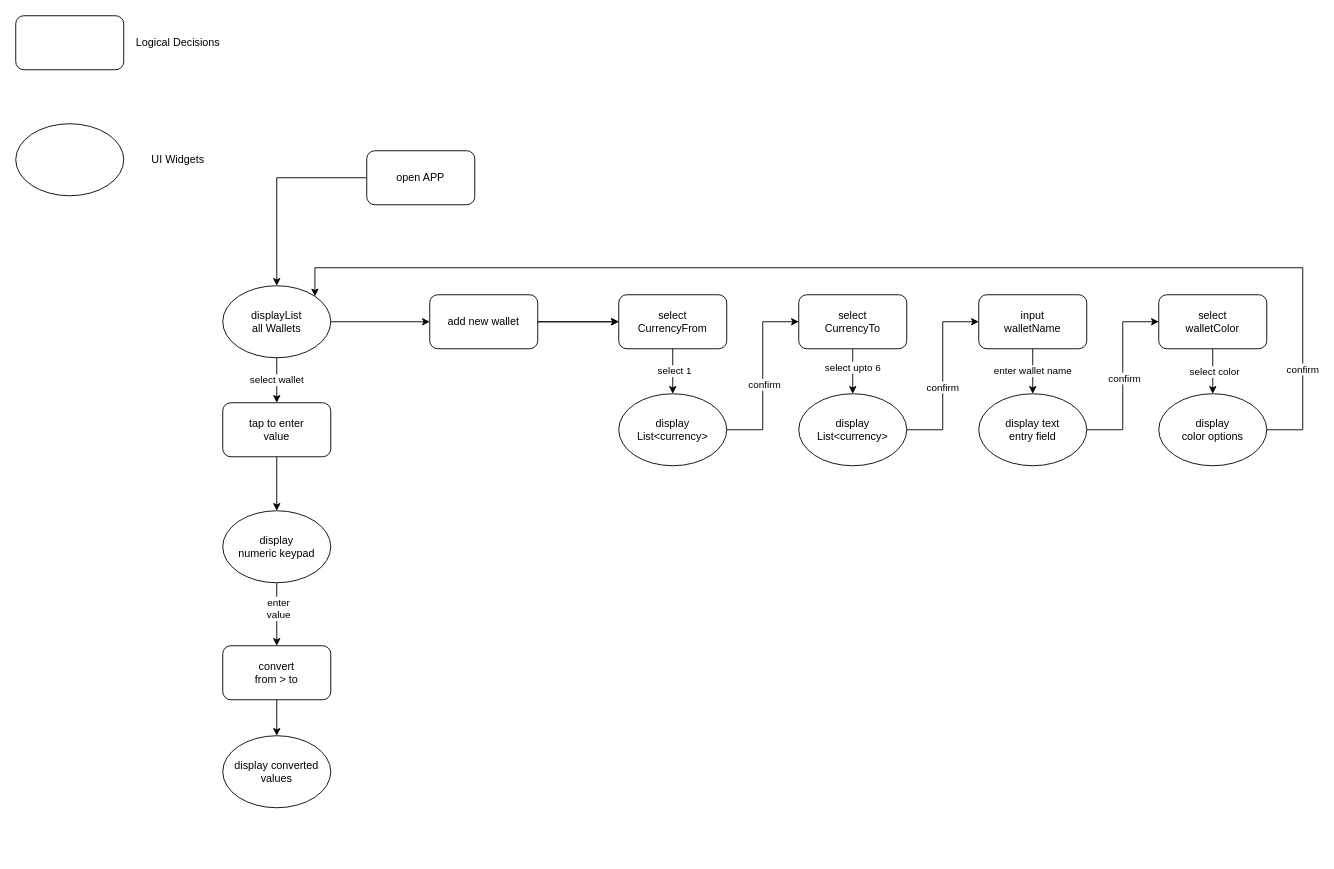
This is CurrencyX.drawio from carlstep/currencyx, a draw.io file, before an edit. Source tidied: cells renumbered, new cells numbered last; positions are measured from the earlier drawing's top-left corner, leaving out a move shared by most shapes. Both pictures are drawn from the tidied source at 90%, with x=0, y=0 at pixel (15, 15).
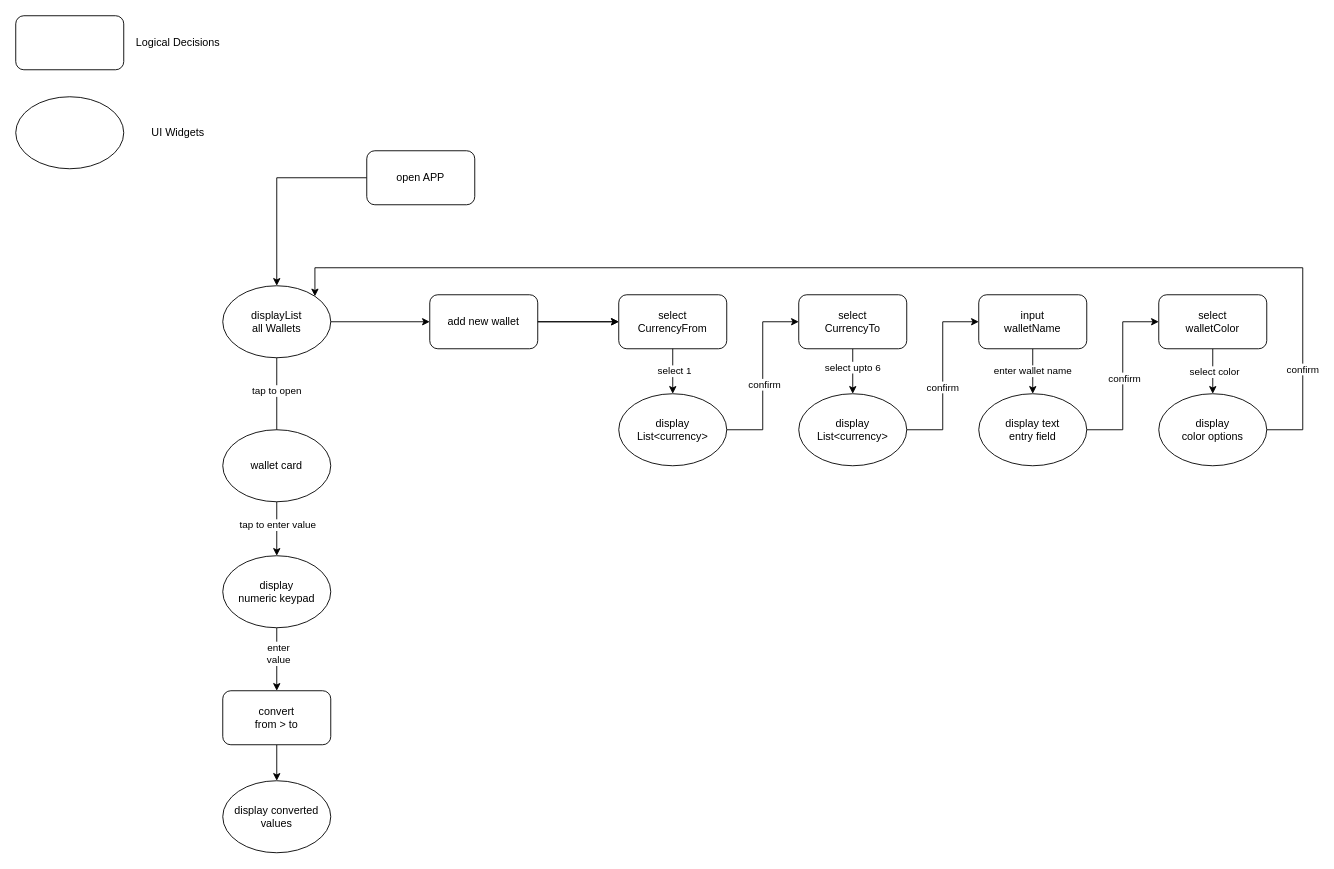
The same diagram, later.

Unchanged cells that the change refers to:
```xml
<mxCell id="8" value="&lt;div&gt;displayList&lt;/div&gt;&lt;div&gt;all Wallets&lt;br&gt;&lt;/div&gt;" style="ellipse;whiteSpace=wrap;html=1;" parent="1" vertex="1">
  <mxGeometry x="230" y="300" width="120" height="80" as="geometry" />
</mxCell>
```

Diff of the diagram source:
```diff
@@
     <mxCell id="2" style="ellipse;whiteSpace=wrap;html=1;" parent="1" vertex="1">
-      <mxGeometry y="120" width="120" height="80" as="geometry" />
+      <mxGeometry y="90" width="120" height="80" as="geometry" />
     </mxCell>
@@
     <mxCell id="4" value="UI Widgets" style="text;html=1;align=center;verticalAlign=middle;strokeColor=none;fillColor=none;" parent="1" vertex="1">
-      <mxGeometry x="145" y="150" width="70" height="20" as="geometry" />
+      <mxGeometry x="145" y="120" width="70" height="20" as="geometry" />
     </mxCell>
@@
-    <mxCell id="6" value="select wallet" style="edgeStyle=orthogonalEdgeStyle;rounded=0;jettySize=auto;html=1;entryX=0.5;entryY=0;entryDx=0;entryDy=0;" parent="1" edge="1" source="8" target="36">
-      <mxGeometry relative="1" as="geometry" />
-    </mxCell>
@@
-    <mxCell id="35" style="edgeStyle=orthogonalEdgeStyle;rounded=0;jettySize=auto;html=1;" parent="1" edge="1" source="36" target="39">
-      <mxGeometry relative="1" as="geometry" />
-    </mxCell>
-    <mxCell id="36" value="&lt;div&gt;tap to enter &lt;br&gt;&lt;/div&gt;&lt;div&gt;value&lt;br&gt;&lt;/div&gt;" style="rounded=1;whiteSpace=wrap;html=1;" parent="1" vertex="1">
-      <mxGeometry x="230" y="430" width="120" height="60" as="geometry" />
-    </mxCell>
@@
     <mxCell id="39" value="&lt;div&gt;display&lt;/div&gt;&lt;div&gt;numeric keypad&lt;br&gt;&lt;/div&gt;" style="ellipse;whiteSpace=wrap;html=1;" parent="1" vertex="1">
-      <mxGeometry x="230" y="550" width="120" height="80" as="geometry" />
+      <mxGeometry x="230" y="600" width="120" height="80" as="geometry" />
     </mxCell>
@@
     <mxCell id="41" value="&lt;div&gt;convert &lt;br&gt;&lt;/div&gt;&lt;div&gt;from &amp;gt; to&lt;br&gt;&lt;/div&gt;" style="rounded=1;whiteSpace=wrap;html=1;" parent="1" vertex="1">
-      <mxGeometry x="230" y="700" width="120" height="60" as="geometry" />
+      <mxGeometry x="230" y="750" width="120" height="60" as="geometry" />
     </mxCell>
     <mxCell id="42" value="&lt;div&gt;display converted&lt;/div&gt;&lt;div&gt;values&lt;br&gt;&lt;/div&gt;" style="ellipse;whiteSpace=wrap;html=1;" parent="1" vertex="1">
-      <mxGeometry x="230" y="800" width="120" height="80" as="geometry" />
+      <mxGeometry x="230" y="850" width="120" height="80" as="geometry" />
     </mxCell>
@@
+    <mxCell id="45" style="edgeStyle=orthogonalEdgeStyle;rounded=0;jettySize=auto;html=1;" parent="1" edge="1" source="46" target="39">
+      <mxGeometry relative="1" as="geometry" />
+    </mxCell>
+    <mxCell id="36" value="tap to enter value" style="edgeLabel;html=1;align=center;verticalAlign=middle;points=[];" parent="45" vertex="1">
+      <mxGeometry x="-0.18" relative="1" as="geometry" />
+    </mxCell>
+    <mxCell id="46" value="wallet card" style="ellipse;whiteSpace=wrap;html=1;" parent="1" vertex="1">
+      <mxGeometry x="230" y="460" width="120" height="80" as="geometry" />
+    </mxCell>
+    <mxCell id="47" style="edgeStyle=orthogonalEdgeStyle;rounded=0;jettySize=auto;html=1;entryX=0.5;entryY=0;entryDx=0;entryDy=0;endArrow=none;" parent="1" edge="1" source="8" target="46">
+      <mxGeometry relative="1" as="geometry" />
+    </mxCell>
+    <mxCell id="48" value="tap to open" style="edgeLabel;html=1;align=center;verticalAlign=middle;" parent="47" vertex="1">
+      <mxGeometry x="-0.1" y="-1" relative="1" as="geometry" />
+    </mxCell>
```
